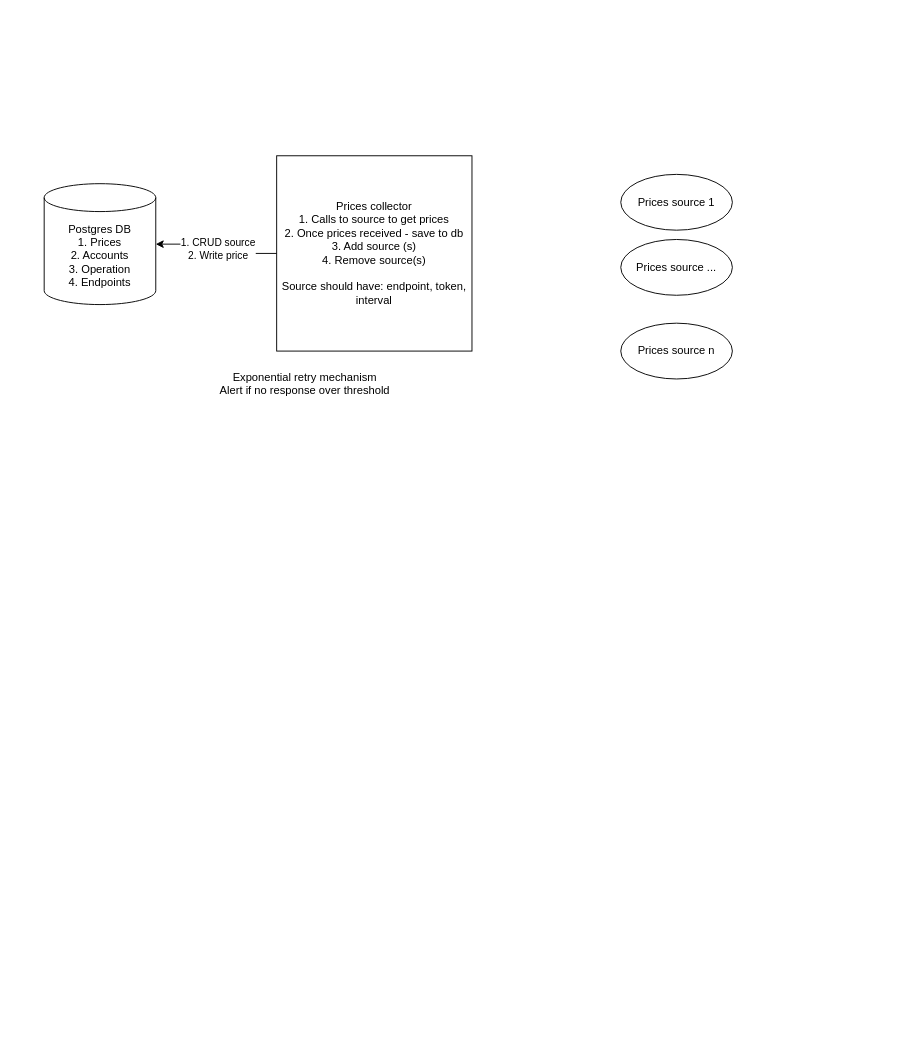
Above: Диаграмма без названия.drawio in evgenevolkov/Draw-io-workspace (draw.io), before the change. Source tidied: cells renumbered, new cells numbered last; positions are measured from the earlier drawing's top-left corner, leaving out a move shared by most shapes. Both pictures are drawn from the tidied source at 93%, with x=0, y=0 at pixel (44, 155).
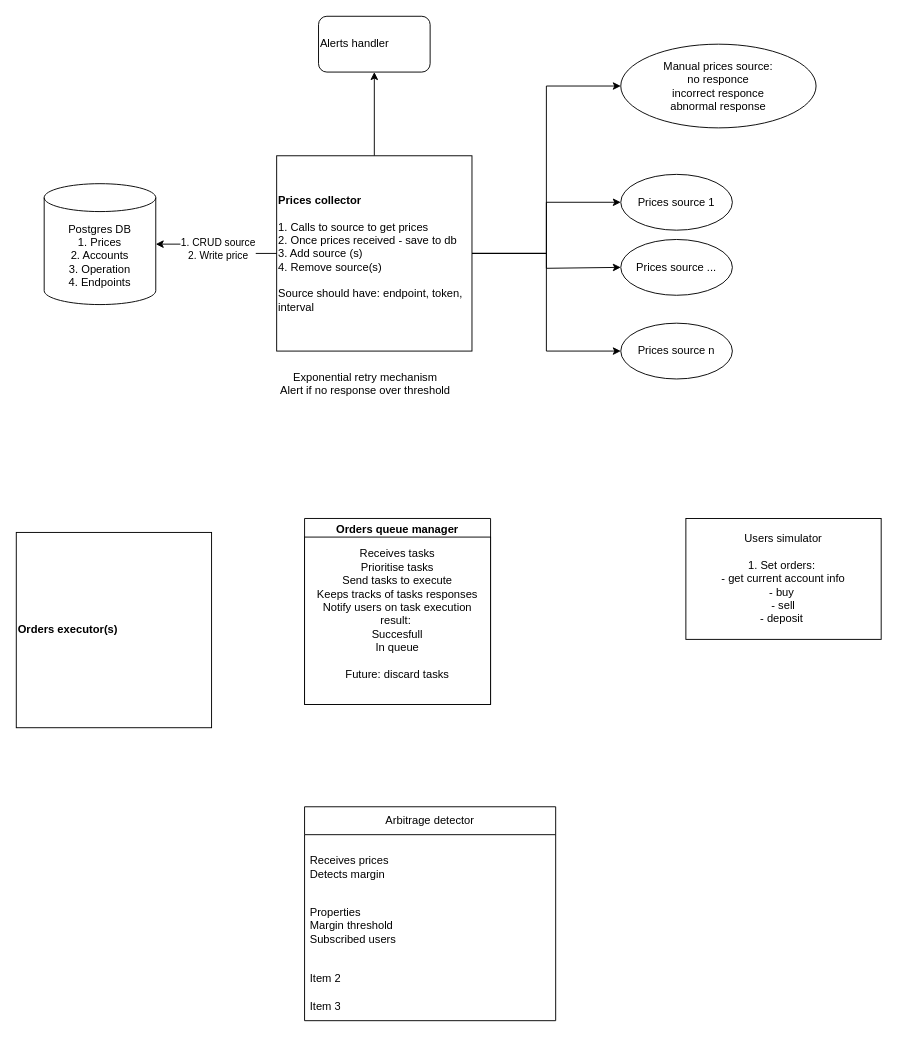
The same diagram, later.

Unchanged cells that the change refers to:
```xml
<mxCell id="4" value="Prices source 1" style="ellipse;whiteSpace=wrap;html=1;" parent="1" vertex="1">
  <mxGeometry x="620" y="20" width="120" height="60" as="geometry" />
</mxCell>
<mxCell id="6" value="Prices source n" style="ellipse;whiteSpace=wrap;html=1;" parent="1" vertex="1">
  <mxGeometry x="620" y="180" width="120" height="60" as="geometry" />
</mxCell>
```

Diff of the diagram source:
```diff
@@
+    <mxCell id="10" style="edgeStyle=orthogonalEdgeStyle;rounded=0;jettySize=auto;html=1;exitX=1;exitY=0.5;exitDx=0;exitDy=0;entryX=0;entryY=0.5;entryDx=0;entryDy=0;" parent="1" edge="1" source="2" target="4">
+      <mxGeometry relative="1" as="geometry">
+        <Array as="points">
+          <mxPoint x="540" y="105" />
+          <mxPoint x="540" y="50" />
+        </Array>
+      </mxGeometry>
+    </mxCell>
+    <mxCell id="11" style="edgeStyle=orthogonalEdgeStyle;rounded=0;jettySize=auto;html=1;exitX=1;exitY=0.5;exitDx=0;exitDy=0;" parent="1" edge="1" source="2">
+      <mxGeometry relative="1" as="geometry">
+        <mxPoint x="620" y="120" as="targetPoint" />
+        <Array as="points">
+          <mxPoint x="540" y="105" />
+          <mxPoint x="540" y="121" />
+        </Array>
+      </mxGeometry>
+    </mxCell>
+    <mxCell id="12" style="edgeStyle=orthogonalEdgeStyle;rounded=0;jettySize=auto;html=1;exitX=1;exitY=0.5;exitDx=0;exitDy=0;entryX=0;entryY=0.5;entryDx=0;entryDy=0;" parent="1" edge="1" source="2" target="6">
+      <mxGeometry relative="1" as="geometry" />
+    </mxCell>
+    <mxCell id="13" style="edgeStyle=orthogonalEdgeStyle;rounded=0;jettySize=auto;html=1;" parent="1" edge="1" source="2" target="15">
+      <mxGeometry relative="1" as="geometry" />
+    </mxCell>
+    <mxCell id="14" style="edgeStyle=orthogonalEdgeStyle;rounded=0;jettySize=auto;html=1;exitX=1;exitY=0.5;exitDx=0;exitDy=0;entryX=0;entryY=0.5;entryDx=0;entryDy=0;" parent="1" edge="1" source="2" target="20">
+      <mxGeometry relative="1" as="geometry" />
+    </mxCell>
-    <mxCell id="2" value="Prices collector&lt;div&gt;1. Calls to source to get prices&lt;/div&gt;&lt;div&gt;2. Once prices received - save to db&lt;/div&gt;&lt;div&gt;3. Add source (s)&lt;/div&gt;&lt;div&gt;4. Remove source(s)&lt;/div&gt;&lt;div&gt;&lt;br&gt;&lt;/div&gt;&lt;div&gt;Source should have: endpoint, token, interval&lt;/div&gt;" style="whiteSpace=wrap;html=1;" parent="1" vertex="1">
+    <mxCell id="2" value="&lt;b&gt;Prices collector&lt;/b&gt;&lt;div&gt;&lt;b&gt;&lt;br&gt;&lt;/b&gt;&lt;div&gt;1. Calls to source to get prices&lt;/div&gt;&lt;div&gt;2. Once prices received - save to db&lt;/div&gt;&lt;div&gt;3. Add source (s)&lt;/div&gt;&lt;div&gt;4. Remove source(s)&lt;/div&gt;&lt;div&gt;&lt;br&gt;&lt;/div&gt;&lt;div&gt;Source should have: endpoint, token, interval&lt;/div&gt;&lt;/div&gt;" style="whiteSpace=wrap;html=1;align=left;" parent="1" vertex="1">
       <mxGeometry x="250" width="210" height="210" as="geometry" />
     </mxCell>
@@
     <mxCell id="9" value="Exponential retry mechanism&lt;div&gt;Alert if no response over threshold&lt;/div&gt;&lt;div&gt;&lt;br&gt;&lt;/div&gt;" style="text;html=1;align=center;verticalAlign=middle;strokeColor=none;fillColor=none;" parent="1" vertex="1">
-      <mxGeometry x="175" y="223" width="210" height="60" as="geometry" />
+      <mxGeometry x="240" y="223" width="210" height="60" as="geometry" />
     </mxCell>
+    <mxCell id="15" value="Alerts handler" style="rounded=1;whiteSpace=wrap;html=1;align=left;" parent="1" vertex="1">
+      <mxGeometry x="295" y="-150" width="120" height="60" as="geometry" />
+    </mxCell>
+    <mxCell id="16" value="Users simulator&lt;div&gt;&lt;br&gt;&lt;/div&gt;&lt;div&gt;1. Set orders:&amp;nbsp;&lt;/div&gt;&lt;div&gt;- get current account info&lt;/div&gt;&lt;div&gt;- buy&amp;nbsp;&lt;/div&gt;&lt;div&gt;- sell&lt;/div&gt;&lt;div&gt;- deposit&amp;nbsp;&lt;/div&gt;" style="whiteSpace=wrap;html=1;" parent="1" vertex="1">
+      <mxGeometry x="690" y="390" width="210" height="130" as="geometry" />
+    </mxCell>
+    <mxCell id="17" value="&lt;b&gt;Orders executor(s)&lt;/b&gt;" style="whiteSpace=wrap;html=1;align=left;" parent="1" vertex="1">
+      <mxGeometry x="-30" y="405" width="210" height="210" as="geometry" />
+    </mxCell>
+    <mxCell id="18" value="Orders queue manager" style="swimlane;whiteSpace=wrap;html=1;startSize=23;" parent="1" vertex="1">
+      <mxGeometry x="280" y="390" width="200" height="200" as="geometry" />
+    </mxCell>
+    <mxCell id="19" value="&lt;div&gt;&lt;span style=&quot;background-color: initial;&quot;&gt;Receives tasks&lt;/span&gt;&lt;/div&gt;&lt;div&gt;Prioritise tasks&lt;/div&gt;&lt;div&gt;Send tasks to execute&lt;/div&gt;&lt;div&gt;Keeps tracks of tasks responses&lt;/div&gt;&lt;div&gt;Notify users on task execution result:&amp;nbsp;&lt;/div&gt;&lt;div&gt;Succesfull&lt;/div&gt;&lt;div&gt;In queue&lt;/div&gt;&lt;div&gt;&lt;br&gt;&lt;/div&gt;&lt;div&gt;Future: discard tasks&lt;/div&gt;&lt;div&gt;&amp;nbsp;&amp;nbsp;&lt;/div&gt;" style="rounded=0;whiteSpace=wrap;html=1;" parent="18" vertex="1">
+      <mxGeometry y="20" width="200" height="180" as="geometry" />
+    </mxCell>
+    <mxCell id="20" value="Manual prices source:&lt;div&gt;no responce&lt;/div&gt;&lt;div&gt;incorrect responce&lt;/div&gt;&lt;div&gt;abnormal response&lt;/div&gt;" style="ellipse;whiteSpace=wrap;html=1;" parent="1" vertex="1">
+      <mxGeometry x="620" y="-120" width="210" height="90" as="geometry" />
+    </mxCell>
+    <mxCell id="21" value="Arbitrage detector" style="swimlane;fontStyle=0;horizontal=1;startSize=30;whiteSpace=wrap;html=1;" parent="1" vertex="1">
+      <mxGeometry x="280" y="700" width="270" height="230" as="geometry" />
+    </mxCell>
+    <mxCell id="22" value="Receives prices&lt;div&gt;Detects margin&lt;/div&gt;" style="text;strokeColor=none;fillColor=none;align=left;verticalAlign=middle;spacingLeft=4;spacingRight=4;overflow=hidden;whiteSpace=wrap;html=1;" parent="21" vertex="1">
+      <mxGeometry y="30" width="270" height="70" as="geometry" />
+    </mxCell>
+    <mxCell id="23" value="Properties&lt;div&gt;Margin threshold&lt;/div&gt;&lt;div&gt;Subscribed users&lt;/div&gt;&lt;div&gt;&lt;br&gt;&lt;/div&gt;" style="text;strokeColor=none;fillColor=none;align=left;verticalAlign=middle;spacingLeft=4;spacingRight=4;overflow=hidden;whiteSpace=wrap;html=1;" parent="21" vertex="1">
+      <mxGeometry y="100" width="270" height="70" as="geometry" />
+    </mxCell>
+    <mxCell id="24" value="Item 2" style="text;strokeColor=none;fillColor=none;align=left;verticalAlign=middle;spacingLeft=4;spacingRight=4;overflow=hidden;whiteSpace=wrap;html=1;" parent="21" vertex="1">
+      <mxGeometry y="170" width="270" height="30" as="geometry" />
+    </mxCell>
+    <mxCell id="25" value="Item 3" style="text;strokeColor=none;fillColor=none;align=left;verticalAlign=middle;spacingLeft=4;spacingRight=4;overflow=hidden;whiteSpace=wrap;html=1;" parent="21" vertex="1">
+      <mxGeometry y="200" width="270" height="30" as="geometry" />
+    </mxCell>
```
